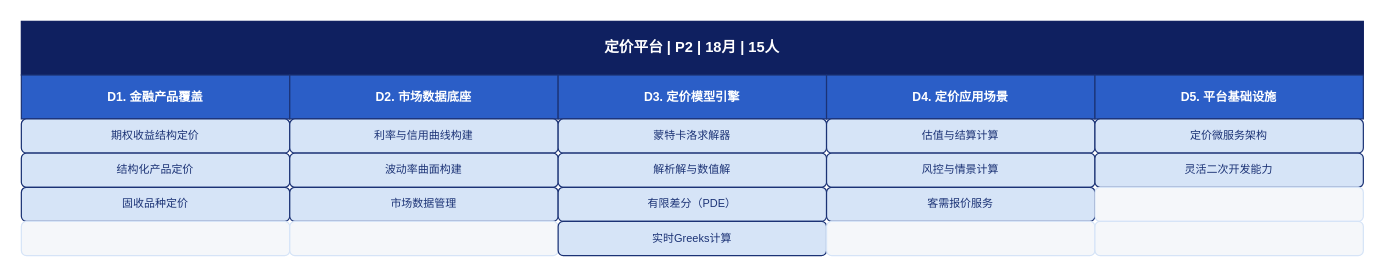
Before: Feasibility_analysis/drawio/detail_09_定价平台.drawio in BellyFish99/ficc-projDocs, a draw.io diagram. Source tidied: cells renumbered, new cells numbered last; positions are measured from the earlier drawing's top-left corner, leaving out a move shared by most shapes. Both pictures are drawn from the tidied source at 122%, with x=0, y=0 at pixel (21, 21).
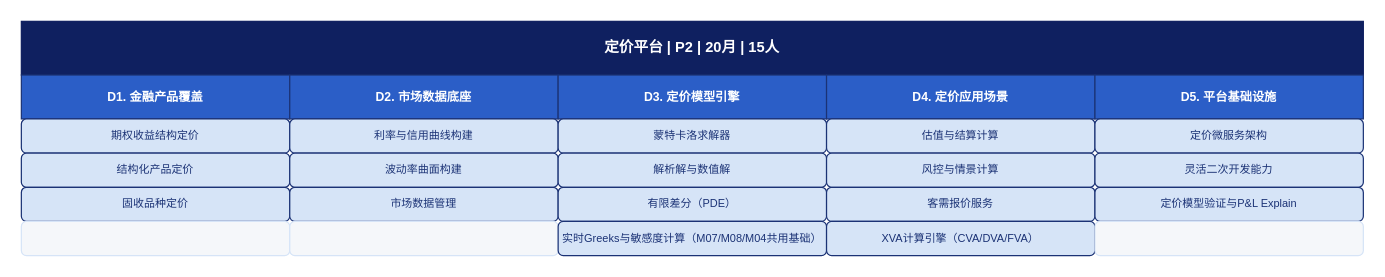
After the change.

What changed in the source:
```diff
@@
-    <mxCell id="2" value="定价平台  |  P2  |  18月  |  15人" style="rounded=0;whiteSpace=wrap;html=1;fillColor=#0F2060;fontColor=#FFFFFF;strokeColor=#0F2060;fontStyle=1;fontSize=12;align=center;verticalAlign=middle;" parent="1" vertex="1">
+    <mxCell id="2" value="定价平台  |  P2  |  20月  |  15人" style="rounded=0;whiteSpace=wrap;html=1;fillColor=#0F2060;fontColor=#FFFFFF;strokeColor=#0F2060;fontStyle=1;fontSize=12;align=center;verticalAlign=middle;" parent="1" vertex="1">
       <mxGeometry width="1100" height="44" as="geometry" />
     </mxCell>
@@
-    <mxCell id="22" style="rounded=1;whiteSpace=wrap;html=1;fillColor=#F5F7FA;fontColor=#F5F7FA;strokeColor=#D6E4F7;fontSize=9;" parent="1" vertex="1">
+    <mxCell id="22" value="定价模型验证与P&amp;L Explain" style="rounded=1;whiteSpace=wrap;html=1;fillColor=#D6E4F7;fontColor=#1B3275;strokeColor=#1B3275;fontSize=9;align=center;verticalAlign=middle;" parent="1" vertex="1">
       <mxGeometry x="880" y="136" width="220" height="28" as="geometry" />
     </mxCell>
@@
-    <mxCell id="25" value="实时Greeks计算" style="rounded=1;whiteSpace=wrap;html=1;fillColor=#D6E4F7;fontColor=#1B3275;strokeColor=#1B3275;fontSize=9;align=center;verticalAlign=middle;" parent="1" vertex="1">
+    <mxCell id="25" value="实时Greeks与敏感度计算（M07/M08/M04共用基础）" style="rounded=1;whiteSpace=wrap;html=1;fillColor=#D6E4F7;fontColor=#1B3275;strokeColor=#1B3275;fontSize=9;align=center;verticalAlign=middle;" parent="1" vertex="1">
       <mxGeometry x="440" y="164" width="220" height="28" as="geometry" />
     </mxCell>
-    <mxCell id="26" style="rounded=1;whiteSpace=wrap;html=1;fillColor=#F5F7FA;fontColor=#F5F7FA;strokeColor=#D6E4F7;fontSize=9;" parent="1" vertex="1">
+    <mxCell id="26" value="XVA计算引擎（CVA/DVA/FVA）" style="rounded=1;whiteSpace=wrap;html=1;fillColor=#D6E4F7;fontColor=#1B3275;strokeColor=#1B3275;fontSize=9;align=center;verticalAlign=middle;" parent="1" vertex="1">
       <mxGeometry x="660" y="164" width="220" height="28" as="geometry" />
     </mxCell>
```
